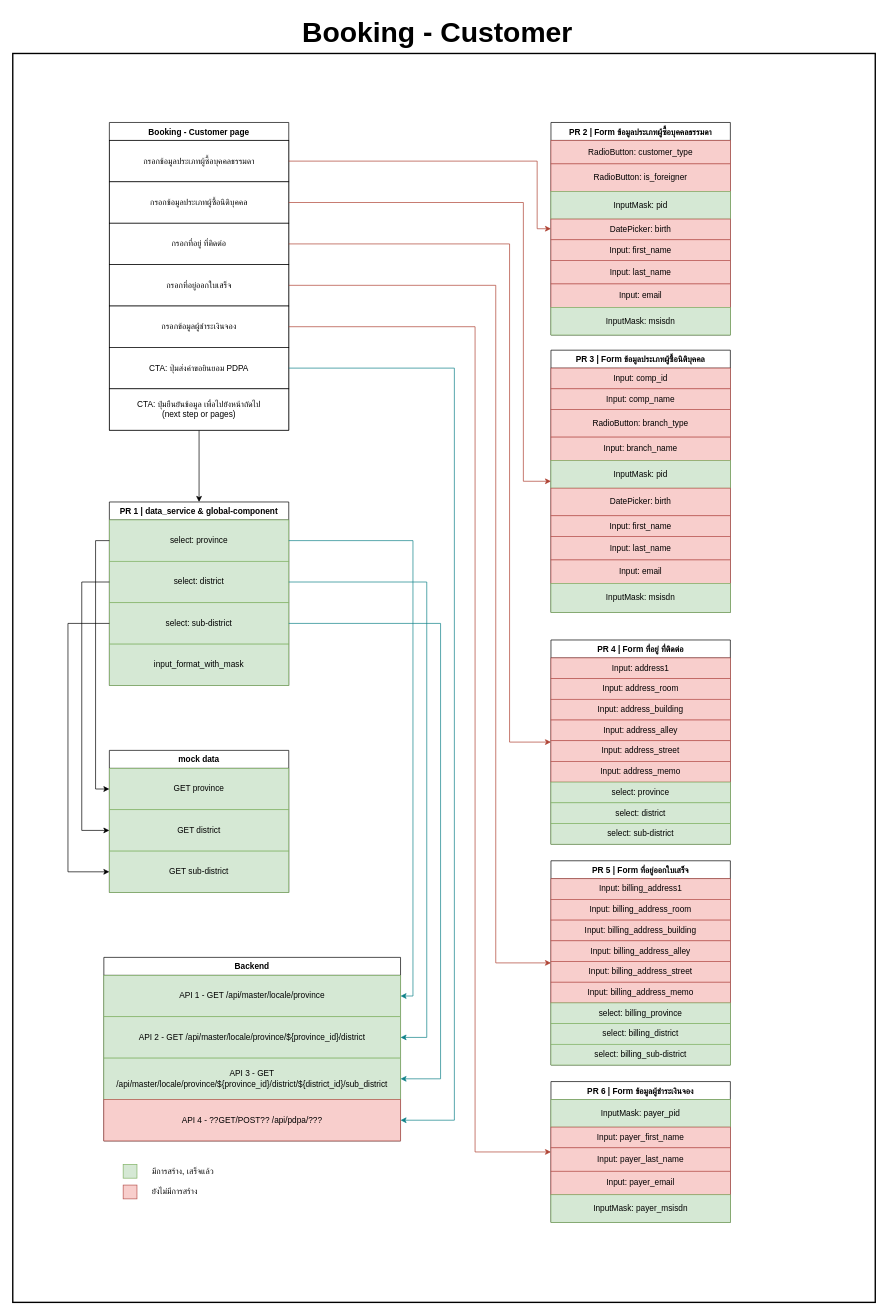
Earlier version of the draw.io diagram booking-customer-Frontend.drawio (peapong/draw.io-diagrams). Source tidied: cells renumbered, new cells numbered last; positions are measured from the earlier drawing's top-left corner, leaving out a move shared by most shapes. Both pictures are drawn from the tidied source at 69%, with x=0, y=0 at pixel (12, 12).
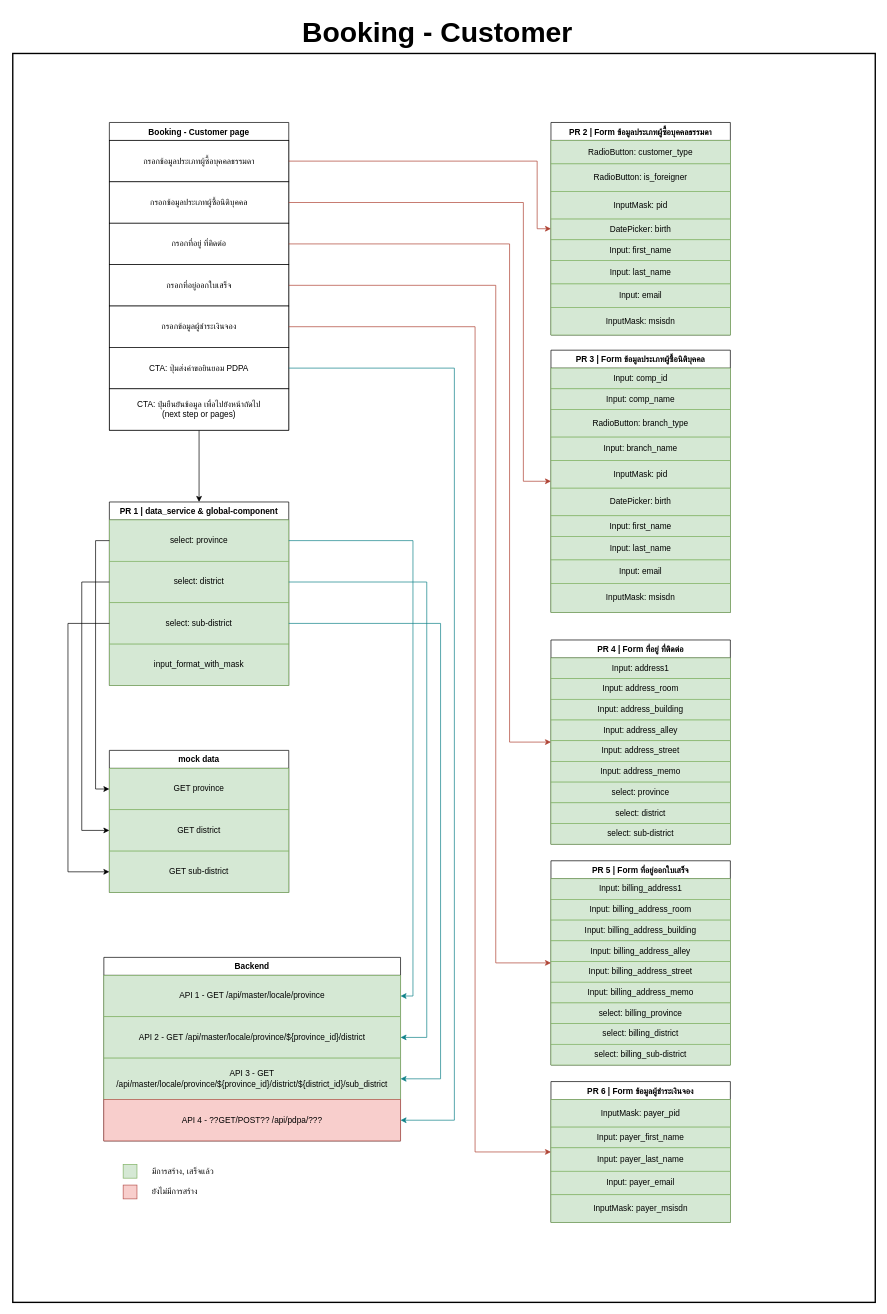
Above is the later version.

Unchanged cells that the change refers to:
```xml
<mxCell id="12" value="PR 2 | Form ข้อมูลประเภทผู้ซื้อบุคคลธรรมดา" style="swimlane;fontStyle=1;align=center;verticalAlign=top;horizontal=1;startSize=26;rounded=0;shadow=0;strokeWidth=1;" parent="1" vertex="1">
  <mxGeometry x="780" y="160" width="260" height="308" as="geometry" />
</mxCell>
<mxCell id="21" value="PR 3 | Form ข้อมูลประเภทผู้ซื้อนิติบุคคล" style="swimlane;fontStyle=1;align=center;verticalAlign=top;horizontal=1;startSize=26;rounded=0;shadow=0;strokeWidth=1;" parent="1" vertex="1">
  <mxGeometry x="780" y="490" width="260" height="380" as="geometry" />
</mxCell>
<mxCell id="32" value="PR 4 | Form ที่อยู่ ที่ติดต่อ" style="swimlane;fontStyle=1;align=center;verticalAlign=top;horizontal=1;startSize=26;rounded=0;shadow=0;strokeWidth=1;" parent="1" vertex="1">
  <mxGeometry x="780" y="910" width="260" height="296" as="geometry" />
</mxCell>
<mxCell id="42" value="PR 5 | Form ที่อยู่ออกใบเสร็จ" style="swimlane;fontStyle=1;align=center;verticalAlign=top;horizontal=1;startSize=26;rounded=0;shadow=0;strokeWidth=1;" parent="1" vertex="1">
  <mxGeometry x="780" y="1230" width="260" height="296" as="geometry" />
</mxCell>
<mxCell id="52" value="PR 6 | Form ข้อมูลผู้ชำระเงินจอง" style="swimlane;fontStyle=1;align=center;verticalAlign=top;horizontal=1;startSize=26;rounded=0;shadow=0;strokeWidth=1;" parent="1" vertex="1">
  <mxGeometry x="780" y="1550" width="260" height="204" as="geometry" />
</mxCell>
```

Change to the diagram source:
```diff
@@
-    <mxCell id="13" value="RadioButton: customer_type" style="rounded=0;whiteSpace=wrap;html=1;fillColor=#f8cecc;strokeColor=#b85450;" parent="12" vertex="1">
+    <mxCell id="13" value="RadioButton: customer_type" style="rounded=0;whiteSpace=wrap;html=1;fillColor=#d5e8d4;strokeColor=#82b366;" parent="12" vertex="1">
       <mxGeometry y="26" width="260" height="34" as="geometry" />
     </mxCell>
-    <mxCell id="14" value="RadioButton: is_foreigner" style="rounded=0;whiteSpace=wrap;html=1;fillColor=#f8cecc;strokeColor=#b85450;" parent="12" vertex="1">
+    <mxCell id="14" value="RadioButton: is_foreigner" style="rounded=0;whiteSpace=wrap;html=1;fillColor=#d5e8d4;strokeColor=#82b366;" parent="12" vertex="1">
       <mxGeometry y="60" width="260" height="40" as="geometry" />
     </mxCell>
@@
-    <mxCell id="16" value="DatePicker: birth" style="rounded=0;whiteSpace=wrap;html=1;fillColor=#f8cecc;strokeColor=#b85450;" parent="12" vertex="1">
+    <mxCell id="16" value="DatePicker: birth" style="rounded=0;whiteSpace=wrap;html=1;fillColor=#d5e8d4;strokeColor=#82b366;" parent="12" vertex="1">
       <mxGeometry y="140" width="260" height="30" as="geometry" />
     </mxCell>
-    <mxCell id="17" value="Input: first_name" style="rounded=0;whiteSpace=wrap;html=1;fillColor=#f8cecc;strokeColor=#b85450;" parent="12" vertex="1">
+    <mxCell id="17" value="Input: first_name" style="rounded=0;whiteSpace=wrap;html=1;fillColor=#d5e8d4;strokeColor=#82b366;" parent="12" vertex="1">
       <mxGeometry y="170" width="260" height="30" as="geometry" />
     </mxCell>
-    <mxCell id="18" value="Input: last_name" style="rounded=0;whiteSpace=wrap;html=1;fillColor=#f8cecc;strokeColor=#b85450;" parent="12" vertex="1">
+    <mxCell id="18" value="Input: last_name" style="rounded=0;whiteSpace=wrap;html=1;fillColor=#d5e8d4;strokeColor=#82b366;" parent="12" vertex="1">
       <mxGeometry y="200" width="260" height="34" as="geometry" />
     </mxCell>
-    <mxCell id="19" value="Input: email" style="rounded=0;whiteSpace=wrap;html=1;fillColor=#f8cecc;strokeColor=#b85450;" parent="12" vertex="1">
+    <mxCell id="19" value="Input: email" style="rounded=0;whiteSpace=wrap;html=1;fillColor=#d5e8d4;strokeColor=#82b366;" parent="12" vertex="1">
       <mxGeometry y="234" width="260" height="34" as="geometry" />
     </mxCell>
@@
-    <mxCell id="22" value="Input: comp_id" style="rounded=0;whiteSpace=wrap;html=1;fillColor=#f8cecc;strokeColor=#b85450;" parent="21" vertex="1">
+    <mxCell id="22" value="Input: comp_id" style="rounded=0;whiteSpace=wrap;html=1;fillColor=#d5e8d4;strokeColor=#82b366;" parent="21" vertex="1">
       <mxGeometry y="26" width="260" height="30" as="geometry" />
     </mxCell>
-    <mxCell id="23" value="Input: comp_name" style="rounded=0;whiteSpace=wrap;html=1;fillColor=#f8cecc;strokeColor=#b85450;" parent="21" vertex="1">
+    <mxCell id="23" value="Input: comp_name" style="rounded=0;whiteSpace=wrap;html=1;fillColor=#d5e8d4;strokeColor=#82b366;" parent="21" vertex="1">
       <mxGeometry y="56" width="260" height="30" as="geometry" />
     </mxCell>
-    <mxCell id="24" value="RadioButton: branch_type" style="rounded=0;whiteSpace=wrap;html=1;fillColor=#f8cecc;strokeColor=#b85450;" parent="21" vertex="1">
+    <mxCell id="24" value="RadioButton: branch_type" style="rounded=0;whiteSpace=wrap;html=1;fillColor=#d5e8d4;strokeColor=#82b366;" parent="21" vertex="1">
       <mxGeometry y="86" width="260" height="40" as="geometry" />
     </mxCell>
-    <mxCell id="25" value="Input: branch_name" style="rounded=0;whiteSpace=wrap;html=1;fillColor=#f8cecc;strokeColor=#b85450;" parent="21" vertex="1">
+    <mxCell id="25" value="Input: branch_name" style="rounded=0;whiteSpace=wrap;html=1;fillColor=#d5e8d4;strokeColor=#82b366;" parent="21" vertex="1">
       <mxGeometry y="126" width="260" height="34" as="geometry" />
     </mxCell>
@@
-    <mxCell id="27" value="DatePicker: birth" style="rounded=0;whiteSpace=wrap;html=1;fillColor=#f8cecc;strokeColor=#b85450;" parent="21" vertex="1">
+    <mxCell id="27" value="DatePicker: birth" style="rounded=0;whiteSpace=wrap;html=1;fillColor=#d5e8d4;strokeColor=#82b366;" parent="21" vertex="1">
       <mxGeometry y="200" width="260" height="40" as="geometry" />
     </mxCell>
-    <mxCell id="28" value="Input: first_name" style="rounded=0;whiteSpace=wrap;html=1;fillColor=#f8cecc;strokeColor=#b85450;" parent="21" vertex="1">
+    <mxCell id="28" value="Input: first_name" style="rounded=0;whiteSpace=wrap;html=1;fillColor=#d5e8d4;strokeColor=#82b366;" parent="21" vertex="1">
       <mxGeometry y="240" width="260" height="30" as="geometry" />
     </mxCell>
-    <mxCell id="29" value="Input: last_name" style="rounded=0;whiteSpace=wrap;html=1;fillColor=#f8cecc;strokeColor=#b85450;" parent="21" vertex="1">
+    <mxCell id="29" value="Input: last_name" style="rounded=0;whiteSpace=wrap;html=1;fillColor=#d5e8d4;strokeColor=#82b366;" parent="21" vertex="1">
       <mxGeometry y="270" width="260" height="34" as="geometry" />
     </mxCell>
-    <mxCell id="30" value="Input: email" style="rounded=0;whiteSpace=wrap;html=1;fillColor=#f8cecc;strokeColor=#b85450;" parent="21" vertex="1">
+    <mxCell id="30" value="Input: email" style="rounded=0;whiteSpace=wrap;html=1;fillColor=#d5e8d4;strokeColor=#82b366;" parent="21" vertex="1">
       <mxGeometry y="304" width="260" height="34" as="geometry" />
     </mxCell>
@@
-    <mxCell id="33" value="Input: address1" style="rounded=0;whiteSpace=wrap;html=1;fillColor=#f8cecc;strokeColor=#b85450;" parent="32" vertex="1">
+    <mxCell id="33" value="Input: address1" style="rounded=0;whiteSpace=wrap;html=1;fillColor=#d5e8d4;strokeColor=#82b366;" parent="32" vertex="1">
       <mxGeometry y="26" width="260" height="30" as="geometry" />
     </mxCell>
-    <mxCell id="34" value="Input: address_room" style="rounded=0;whiteSpace=wrap;html=1;fillColor=#f8cecc;strokeColor=#b85450;" parent="32" vertex="1">
+    <mxCell id="34" value="Input: address_room" style="rounded=0;whiteSpace=wrap;html=1;fillColor=#d5e8d4;strokeColor=#82b366;" parent="32" vertex="1">
       <mxGeometry y="56" width="260" height="30" as="geometry" />
     </mxCell>
-    <mxCell id="35" value="Input: address_building" style="rounded=0;whiteSpace=wrap;html=1;fillColor=#f8cecc;strokeColor=#b85450;" parent="32" vertex="1">
+    <mxCell id="35" value="Input: address_building" style="rounded=0;whiteSpace=wrap;html=1;fillColor=#d5e8d4;strokeColor=#82b366;" parent="32" vertex="1">
       <mxGeometry y="86" width="260" height="30" as="geometry" />
     </mxCell>
-    <mxCell id="36" value="Input: address_alley" style="rounded=0;whiteSpace=wrap;html=1;fillColor=#f8cecc;strokeColor=#b85450;" parent="32" vertex="1">
+    <mxCell id="36" value="Input: address_alley" style="rounded=0;whiteSpace=wrap;html=1;fillColor=#d5e8d4;strokeColor=#82b366;" parent="32" vertex="1">
       <mxGeometry y="116" width="260" height="30" as="geometry" />
     </mxCell>
-    <mxCell id="37" value="Input: address_street" style="rounded=0;whiteSpace=wrap;html=1;fillColor=#f8cecc;strokeColor=#b85450;" parent="32" vertex="1">
+    <mxCell id="37" value="Input: address_street" style="rounded=0;whiteSpace=wrap;html=1;fillColor=#d5e8d4;strokeColor=#82b366;" parent="32" vertex="1">
       <mxGeometry y="146" width="260" height="30" as="geometry" />
     </mxCell>
-    <mxCell id="38" value="Input: address_memo" style="rounded=0;whiteSpace=wrap;html=1;fillColor=#f8cecc;strokeColor=#b85450;" parent="32" vertex="1">
+    <mxCell id="38" value="Input: address_memo" style="rounded=0;whiteSpace=wrap;html=1;fillColor=#d5e8d4;strokeColor=#82b366;" parent="32" vertex="1">
       <mxGeometry y="176" width="260" height="30" as="geometry" />
     </mxCell>
@@
-    <mxCell id="43" value="Input: billing_address1" style="rounded=0;whiteSpace=wrap;html=1;fillColor=#f8cecc;strokeColor=#b85450;" parent="42" vertex="1">
+    <mxCell id="43" value="Input: billing_address1" style="rounded=0;whiteSpace=wrap;html=1;fillColor=#d5e8d4;strokeColor=#82b366;" parent="42" vertex="1">
       <mxGeometry y="26" width="260" height="30" as="geometry" />
     </mxCell>
-    <mxCell id="44" value="Input: billing_address_room" style="rounded=0;whiteSpace=wrap;html=1;fillColor=#f8cecc;strokeColor=#b85450;" parent="42" vertex="1">
+    <mxCell id="44" value="Input: billing_address_room" style="rounded=0;whiteSpace=wrap;html=1;fillColor=#d5e8d4;strokeColor=#82b366;" parent="42" vertex="1">
       <mxGeometry y="56" width="260" height="30" as="geometry" />
     </mxCell>
-    <mxCell id="45" value="Input: billing_address_building" style="rounded=0;whiteSpace=wrap;html=1;fillColor=#f8cecc;strokeColor=#b85450;" parent="42" vertex="1">
+    <mxCell id="45" value="Input: billing_address_building" style="rounded=0;whiteSpace=wrap;html=1;fillColor=#d5e8d4;strokeColor=#82b366;" parent="42" vertex="1">
       <mxGeometry y="86" width="260" height="30" as="geometry" />
     </mxCell>
-    <mxCell id="46" value="Input: billing_address_alley" style="rounded=0;whiteSpace=wrap;html=1;fillColor=#f8cecc;strokeColor=#b85450;" parent="42" vertex="1">
+    <mxCell id="46" value="Input: billing_address_alley" style="rounded=0;whiteSpace=wrap;html=1;fillColor=#d5e8d4;strokeColor=#82b366;" parent="42" vertex="1">
       <mxGeometry y="116" width="260" height="30" as="geometry" />
     </mxCell>
-    <mxCell id="47" value="Input: billing_address_street" style="rounded=0;whiteSpace=wrap;html=1;fillColor=#f8cecc;strokeColor=#b85450;" parent="42" vertex="1">
+    <mxCell id="47" value="Input: billing_address_street" style="rounded=0;whiteSpace=wrap;html=1;fillColor=#d5e8d4;strokeColor=#82b366;" parent="42" vertex="1">
       <mxGeometry y="146" width="260" height="30" as="geometry" />
     </mxCell>
-    <mxCell id="48" value="Input: billing_address_memo" style="rounded=0;whiteSpace=wrap;html=1;fillColor=#f8cecc;strokeColor=#b85450;" parent="42" vertex="1">
+    <mxCell id="48" value="Input: billing_address_memo" style="rounded=0;whiteSpace=wrap;html=1;fillColor=#d5e8d4;strokeColor=#82b366;" parent="42" vertex="1">
       <mxGeometry y="176" width="260" height="30" as="geometry" />
     </mxCell>
@@
-    <mxCell id="54" value="Input: payer_first_name" style="rounded=0;whiteSpace=wrap;html=1;fillColor=#f8cecc;strokeColor=#b85450;" parent="52" vertex="1">
+    <mxCell id="54" value="Input: payer_first_name" style="rounded=0;whiteSpace=wrap;html=1;fillColor=#d5e8d4;strokeColor=#82b366;" parent="52" vertex="1">
       <mxGeometry y="66" width="260" height="30" as="geometry" />
     </mxCell>
-    <mxCell id="55" value="Input: payer_last_name" style="rounded=0;whiteSpace=wrap;html=1;fillColor=#f8cecc;strokeColor=#b85450;" parent="52" vertex="1">
+    <mxCell id="55" value="Input: payer_last_name" style="rounded=0;whiteSpace=wrap;html=1;fillColor=#d5e8d4;strokeColor=#82b366;" parent="52" vertex="1">
       <mxGeometry y="96" width="260" height="34" as="geometry" />
     </mxCell>
-    <mxCell id="56" value="Input: payer_email" style="rounded=0;whiteSpace=wrap;html=1;fillColor=#f8cecc;strokeColor=#b85450;" parent="52" vertex="1">
+    <mxCell id="56" value="Input: payer_email" style="rounded=0;whiteSpace=wrap;html=1;fillColor=#d5e8d4;strokeColor=#82b366;" parent="52" vertex="1">
       <mxGeometry y="130" width="260" height="34" as="geometry" />
     </mxCell>
```
